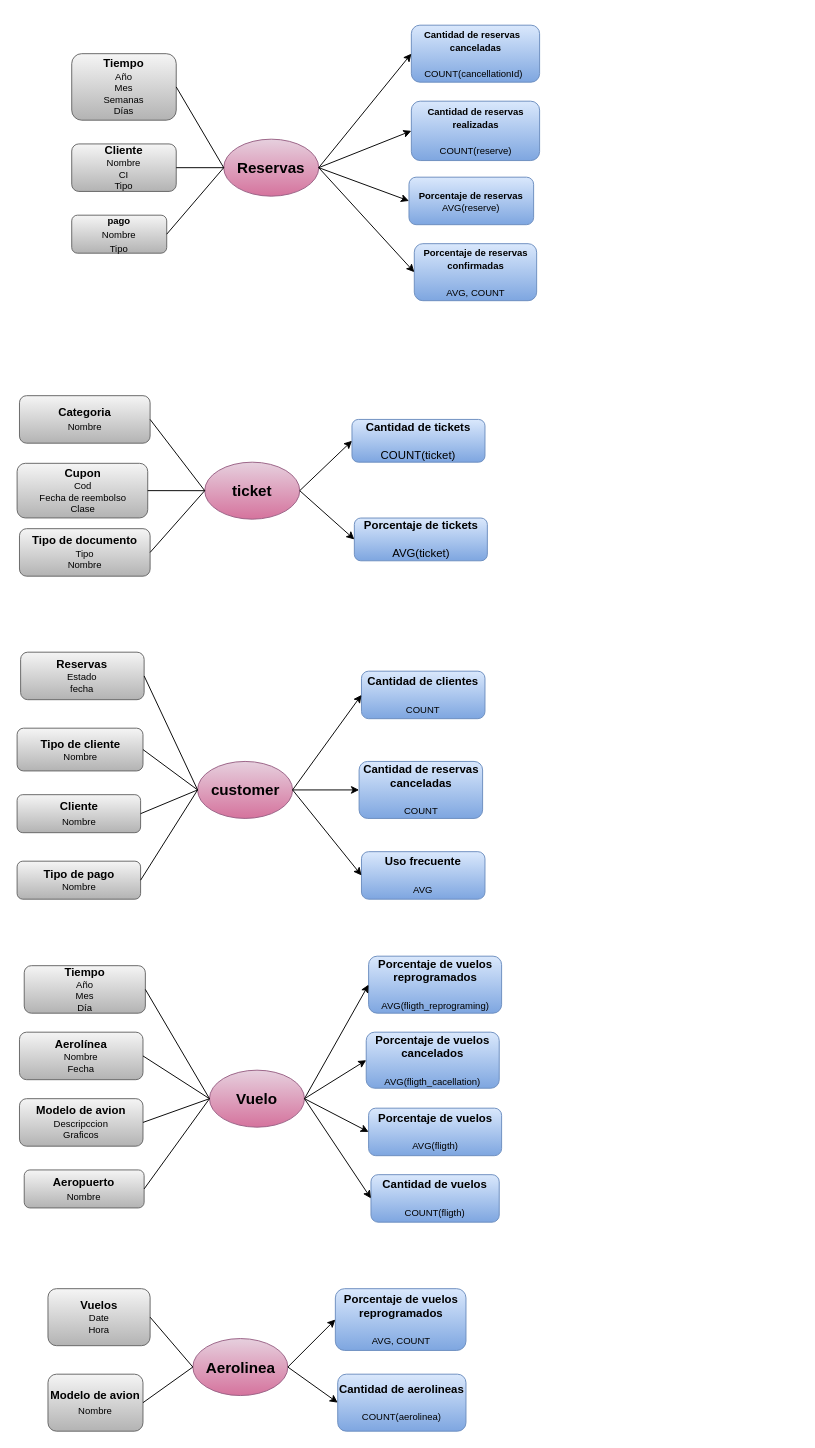
Before: Hefesto-Fase2/Fase1.drawio in MikelKen/Soporte-INF432, a draw.io diagram. Source tidied: cells renumbered, new cells numbered last; positions are measured from the earlier drawing's top-left corner, leaving out a move shared by most shapes. Both pictures are drawn from the tidied source at 95%, with x=0, y=0 at pixel (17, 25).
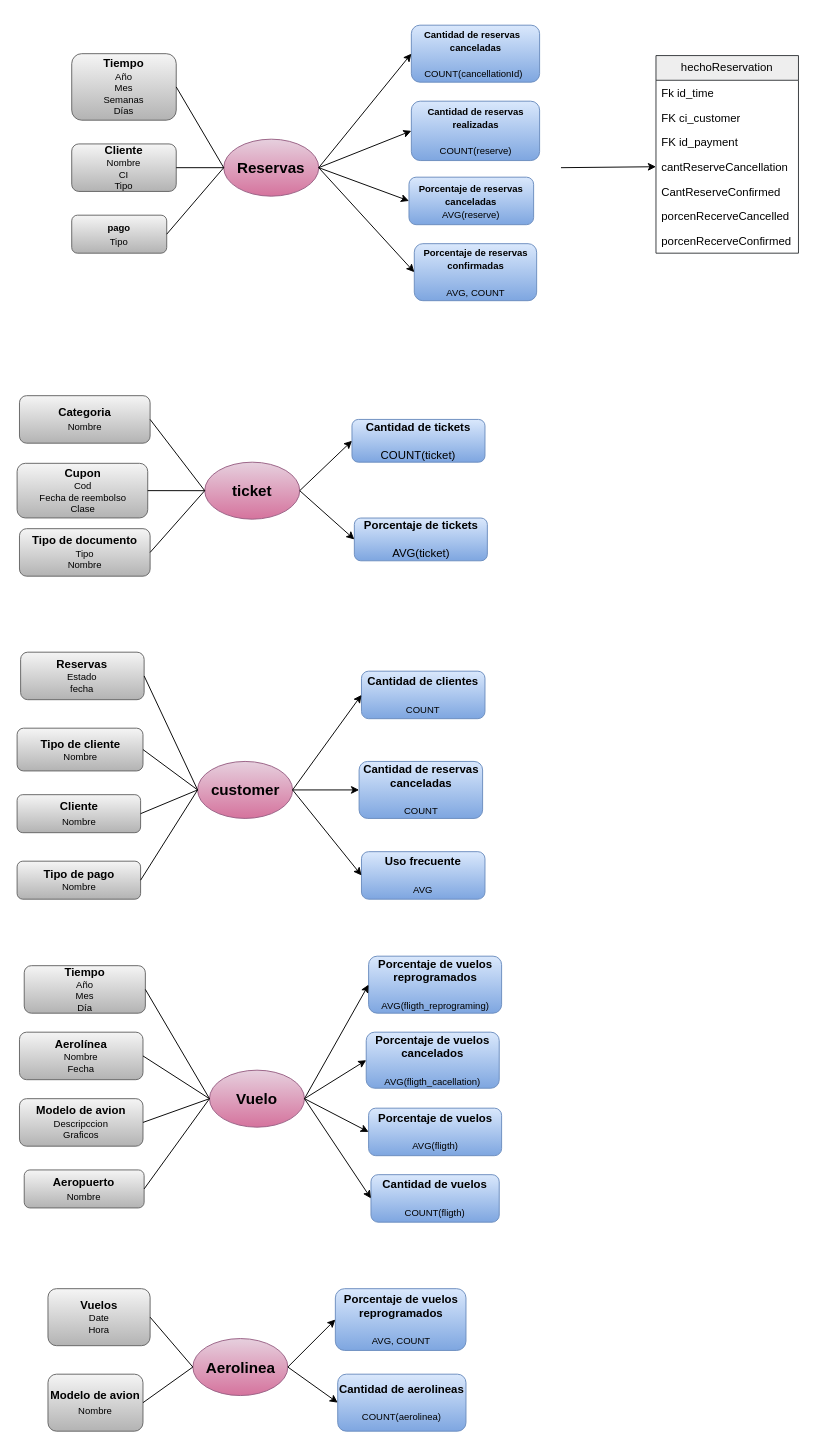
After the change.

Commit message (it also covers changes not shown here):
Hefesto fase-3

Change to the diagram source:
```diff
@@
-    <mxCell id="4" value="&lt;b style=&quot;font-size: 11px;&quot;&gt;&lt;font style=&quot;font-size: 10px;&quot;&gt;Porcentaje de reservas&lt;/font&gt;&lt;/b&gt;&lt;div style=&quot;font-size: 11px;&quot;&gt;&lt;font style=&quot;font-size: 10px;&quot;&gt;AVG(reserve)&lt;/font&gt;&lt;/div&gt;" style="rounded=1;whiteSpace=wrap;html=1;fillColor=#dae8fc;gradientColor=#7ea6e0;strokeColor=#6c8ebf;align=center;" parent="1" vertex="1">
+    <mxCell id="4" value="&lt;b style=&quot;font-size: 11px;&quot;&gt;&lt;font style=&quot;font-size: 10px;&quot;&gt;Porcentaje de reservas&lt;/font&gt;&lt;/b&gt;&lt;div&gt;&lt;span style=&quot;font-size: 10px;&quot;&gt;&lt;b&gt;canceladas&lt;br&gt;&lt;/b&gt;&lt;/span&gt;&lt;div style=&quot;font-size: 11px;&quot;&gt;&lt;font style=&quot;font-size: 10px;&quot;&gt;AVG(reserve)&lt;/font&gt;&lt;/div&gt;&lt;/div&gt;" style="rounded=1;whiteSpace=wrap;html=1;fillColor=#dae8fc;gradientColor=#7ea6e0;strokeColor=#6c8ebf;align=center;" parent="1" vertex="1">
       <mxGeometry x="412" y="160" width="131.2" height="50" as="geometry" />
     </mxCell>
@@
-    <mxCell id="7" value="&lt;span style=&quot;font-size: 10px;&quot;&gt;&lt;b&gt;pago&lt;/b&gt;&lt;br&gt;Nombre&lt;/span&gt;&lt;div&gt;&lt;span style=&quot;font-size: 10px;&quot;&gt;Tipo&lt;/span&gt;&lt;/div&gt;" style="rounded=1;whiteSpace=wrap;html=1;fillColor=#f5f5f5;gradientColor=#b3b3b3;strokeColor=#666666;" parent="1" vertex="1">
+    <mxCell id="7" value="&lt;span style=&quot;font-size: 10px;&quot;&gt;&lt;b&gt;pago&lt;/b&gt;&lt;/span&gt;&lt;div&gt;&lt;div&gt;&lt;span style=&quot;font-size: 10px;&quot;&gt;Tipo&lt;/span&gt;&lt;/div&gt;&lt;/div&gt;" style="rounded=1;whiteSpace=wrap;html=1;fillColor=#f5f5f5;gradientColor=#b3b3b3;strokeColor=#666666;" parent="1" vertex="1">
       <mxGeometry x="57" y="200" width="100" height="40" as="geometry" />
     </mxCell>
@@
+    <mxCell id="69" value="hechoReservation" style="swimlane;fontStyle=0;horizontal=1;startSize=26;fillColor=#eeeeee;whiteSpace=wrap;html=1;rounded=0;strokeColor=#36393d;" parent="1" vertex="1">
+      <mxGeometry x="672" y="32" width="150" height="208" as="geometry" />
+    </mxCell>
+    <mxCell id="70" value="Fk id_time" style="text;strokeColor=none;fillColor=none;align=left;verticalAlign=top;spacingLeft=4;spacingRight=4;overflow=hidden;whiteSpace=wrap;html=1;rounded=0;" parent="69" vertex="1">
+      <mxGeometry y="26" width="150" height="26" as="geometry" />
+    </mxCell>
+    <mxCell id="71" value="FK ci_customer" style="text;strokeColor=none;fillColor=none;align=left;verticalAlign=top;spacingLeft=4;spacingRight=4;overflow=hidden;whiteSpace=wrap;html=1;rounded=0;" parent="69" vertex="1">
+      <mxGeometry y="52" width="150" height="26" as="geometry" />
+    </mxCell>
+    <mxCell id="72" value="FK id_payment" style="text;strokeColor=none;fillColor=none;align=left;verticalAlign=top;spacingLeft=4;spacingRight=4;overflow=hidden;whiteSpace=wrap;html=1;rounded=0;" parent="69" vertex="1">
+      <mxGeometry y="78" width="150" height="26" as="geometry" />
+    </mxCell>
+    <mxCell id="73" value="cantReserveCancellation" style="text;strokeColor=none;fillColor=none;align=left;verticalAlign=top;spacingLeft=4;spacingRight=4;overflow=hidden;whiteSpace=wrap;html=1;rounded=0;" parent="69" vertex="1">
+      <mxGeometry y="104" width="150" height="26" as="geometry" />
+    </mxCell>
+    <mxCell id="74" value="CantReserveConfirmed" style="text;strokeColor=none;fillColor=none;align=left;verticalAlign=top;spacingLeft=4;spacingRight=4;overflow=hidden;whiteSpace=wrap;html=1;rounded=0;" parent="69" vertex="1">
+      <mxGeometry y="130" width="150" height="26" as="geometry" />
+    </mxCell>
+    <mxCell id="75" value="porcenRecerveCancelled" style="text;strokeColor=none;fillColor=none;align=left;verticalAlign=top;spacingLeft=4;spacingRight=4;overflow=hidden;whiteSpace=wrap;html=1;rounded=0;" parent="69" vertex="1">
+      <mxGeometry y="156" width="150" height="26" as="geometry" />
+    </mxCell>
+    <mxCell id="76" value="porcenRecerveConfirmed" style="text;strokeColor=none;fillColor=none;align=left;verticalAlign=top;spacingLeft=4;spacingRight=4;overflow=hidden;whiteSpace=wrap;html=1;rounded=0;" parent="69" vertex="1">
+      <mxGeometry y="182" width="150" height="26" as="geometry" />
+    </mxCell>
+    <mxCell id="77" style="endArrow=classic;html=1;rounded=0;" parent="1" edge="1">
+      <mxGeometry relative="1" as="geometry">
+        <mxPoint x="572" y="150" as="sourcePoint" />
+        <mxPoint x="672" y="149" as="targetPoint" />
+      </mxGeometry>
+    </mxCell>
```
